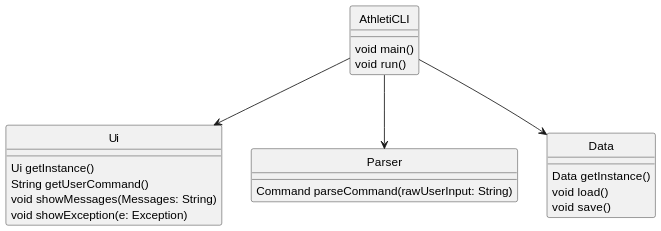
Earlier version of the PlantUML export docs/images/MainClassDiagram.svg (AY2324S1-CS2113-T17-1/tp).
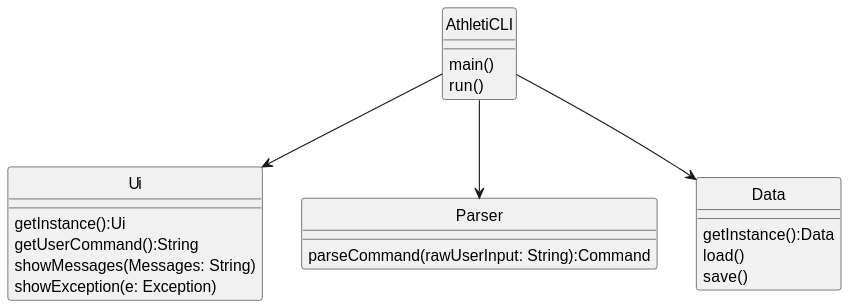
Later version of the same file.

Commit message:
Replace errornous representation of function in class diagram

Change to the diagram source:
```diff
@@ -1,26 +1,25 @@
 @startuml
-!pragma symbols 0
 hide circle
 
 class AthletiCLI{
-    void main()
-    void run()
+    main()
+    run()
 
 }
 class Ui{
-     Ui getInstance()
-    String getUserCommand()
-    void showMessages(Messages: String)
-    void showException(e: Exception)
+    getInstance():Ui
+    getUserCommand():String
+    showMessages(Messages: String)
+    showException(e: Exception)
 
 }
 class Parser{
-     Command parseCommand(rawUserInput: String)
+     parseCommand(rawUserInput: String):Command
 }
 class Data{
-    Data getInstance()
-    void load()
-    void save()
+    getInstance():Data
+    load()
+    save()
 }
 
 
```
